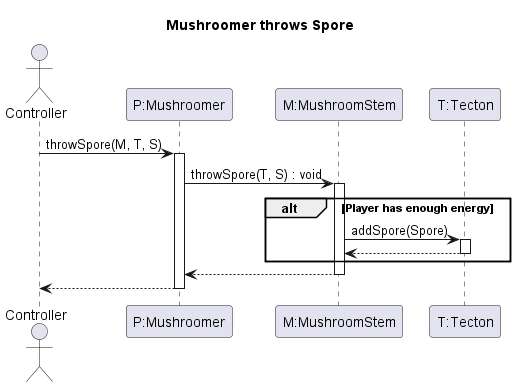
The PlantUML diagram out/3/sequence/throwSpore/throwSpore.png in Petya-G/fungorium, before a commit.
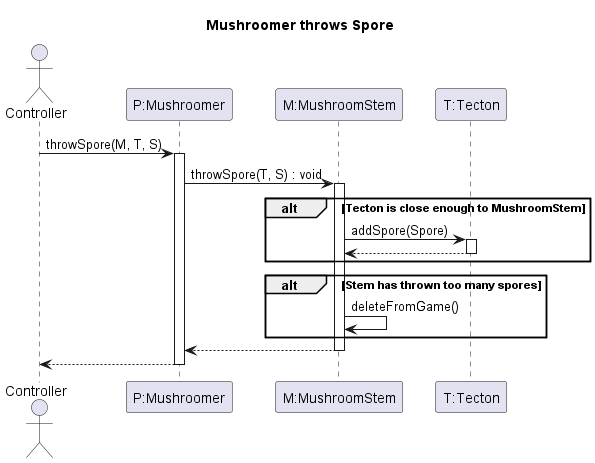
The same diagram one commit later.

What changed in the source:
```diff
@@ -12,13 +12,18 @@
 
 P -> M: throwSpore(T, S) : void
 activate M
-alt Player has enough energy
+alt Tecton is close enough to MushroomStem
 
 M -> T : addSpore(Spore)
 activate T
 T --> M
 deactivate T
 end
+
+alt Stem has thrown too many spores
+    M -> M : deleteFromGame()
+end
+
 M --> P
 deactivate M
 
```
